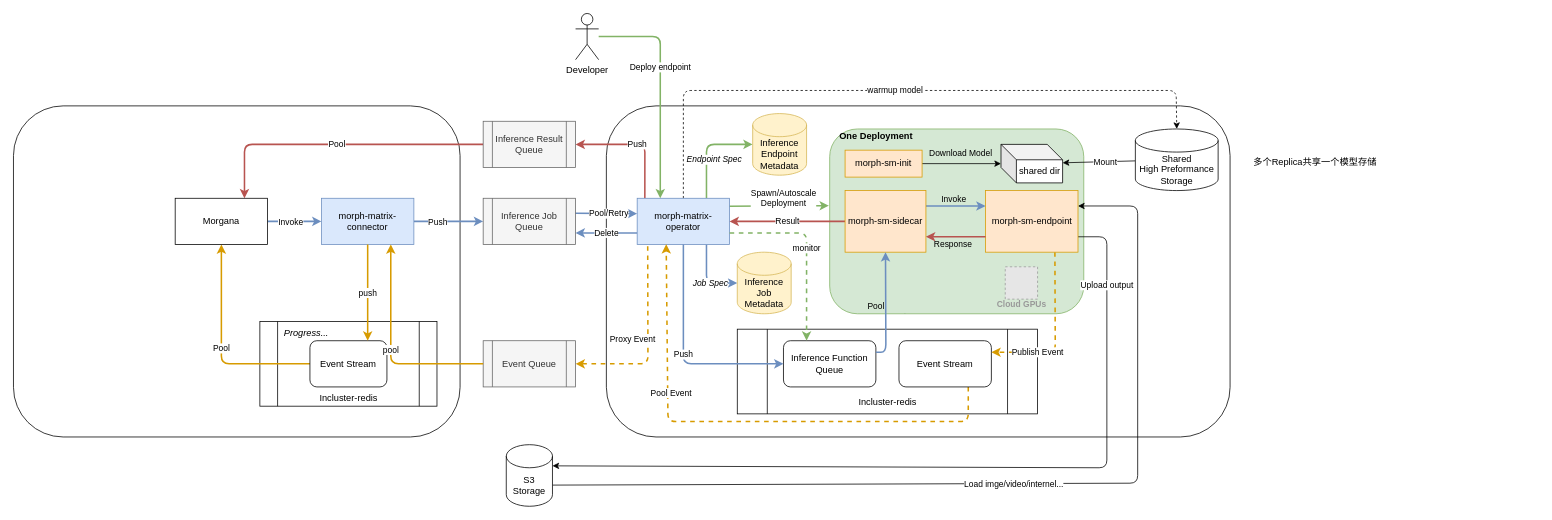
Above: draw/Heterogeneous-inference-clusters.drawio in Wh1isper/wh1isper.github.io (draw.io), before the change. Source tidied: cells renumbered, new cells numbered last; positions are measured from the earlier drawing's top-left corner, leaving out a move shared by most shapes. Both pictures are drawn from the tidied source at 77%, with x=0, y=0 at pixel (13, 13). Pictures stored in the file or linked from it are replaced by grey dashed boxes.
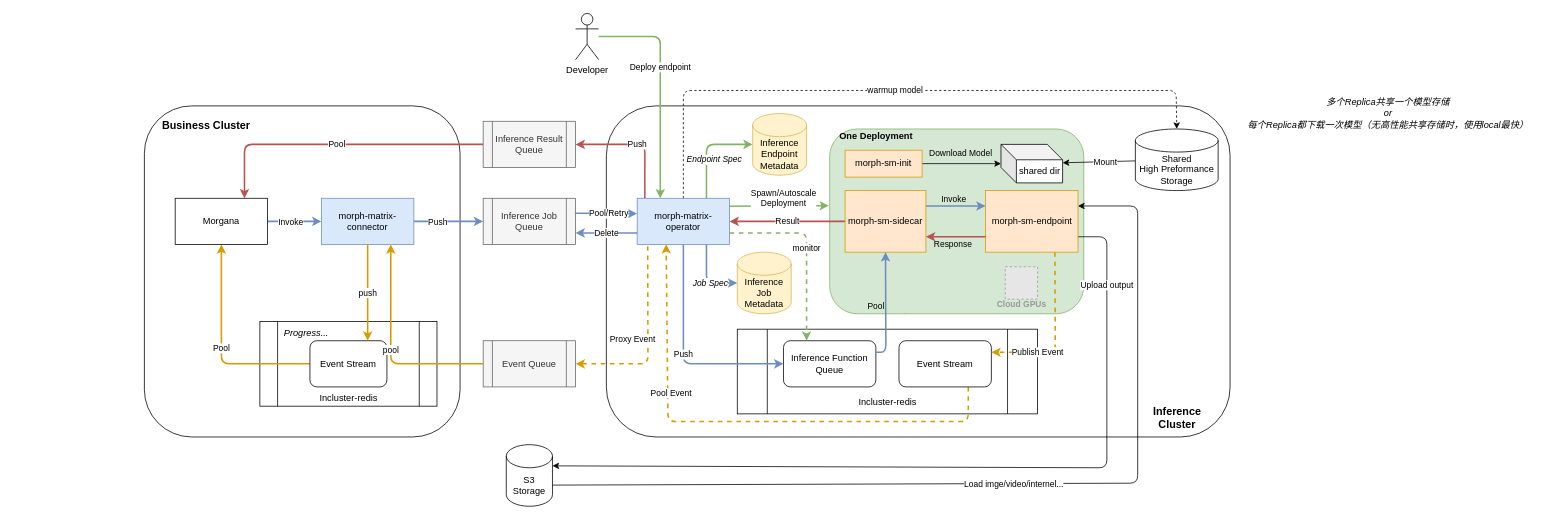
The same diagram, later.

Change to the diagram source:
```diff
@@
     <mxCell id="2" style="rounded=1;whiteSpace=wrap;html=1;" parent="1" vertex="1">
-      <mxGeometry y="120" width="580" height="430" as="geometry" />
+      <mxGeometry x="170" y="120" width="410" height="430" as="geometry" />
     </mxCell>
@@
-    <mxCell id="65" value="多个Replica共享一个模型存储" style="text;html=1;align=center;verticalAlign=middle;strokeColor=none;fillColor=none;" parent="1" vertex="1">
-      <mxGeometry x="1600" y="177.5" width="180" height="30" as="geometry" />
+    <mxCell id="65" value="多个Replica共享一个模型存储&lt;br&gt;or&lt;br&gt;每个Replica都下载一次模型（无高性能共享存储时，使用local最快）" style="text;html=1;align=center;verticalAlign=middle;strokeColor=none;fillColor=none;fontStyle=2;" parent="1" vertex="1">
+      <mxGeometry x="1590" y="100" width="390" height="60" as="geometry" />
     </mxCell>
+    <mxCell id="66" value="Business Cluster" style="text;html=1;align=center;verticalAlign=middle;strokeColor=none;fillColor=none;fontStyle=1;fontSize=14;" parent="1" vertex="1">
+      <mxGeometry x="180" y="130" width="140" height="30" as="geometry" />
+    </mxCell>
+    <mxCell id="67" value="Inference&lt;br&gt;Cluster" style="text;html=1;align=center;verticalAlign=middle;strokeColor=none;fillColor=none;fontStyle=1;fontSize=14;" parent="1" vertex="1">
+      <mxGeometry x="1466" y="500" width="90" height="50" as="geometry" />
+    </mxCell>
```
